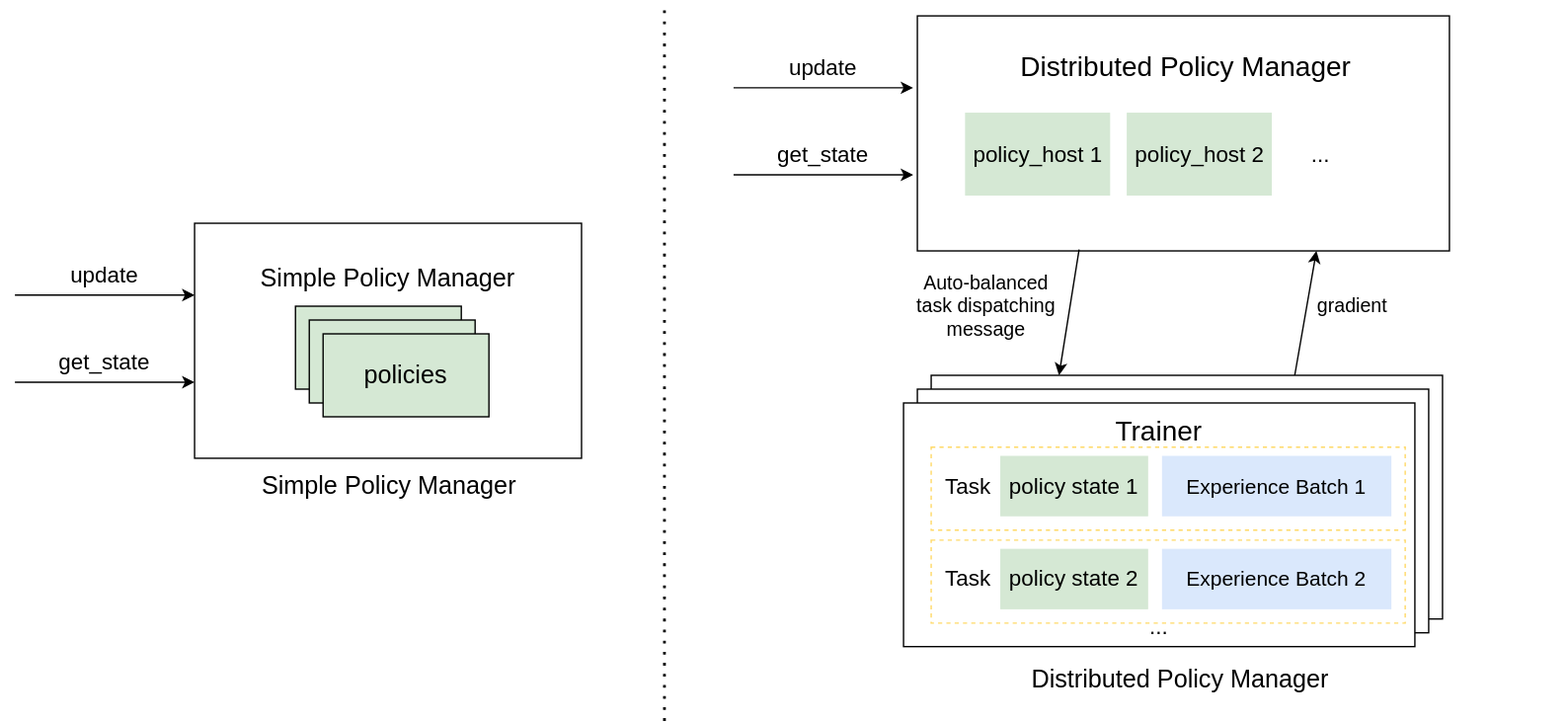
Before: docs/source/images/rl/policy_manager.svg, a diagram exported from draw.io (microsoft/maro). Source tidied: cells renumbered, new cells last; positions are measured from the earlier drawing's top-left corner, leaving out a move shared by most shapes.
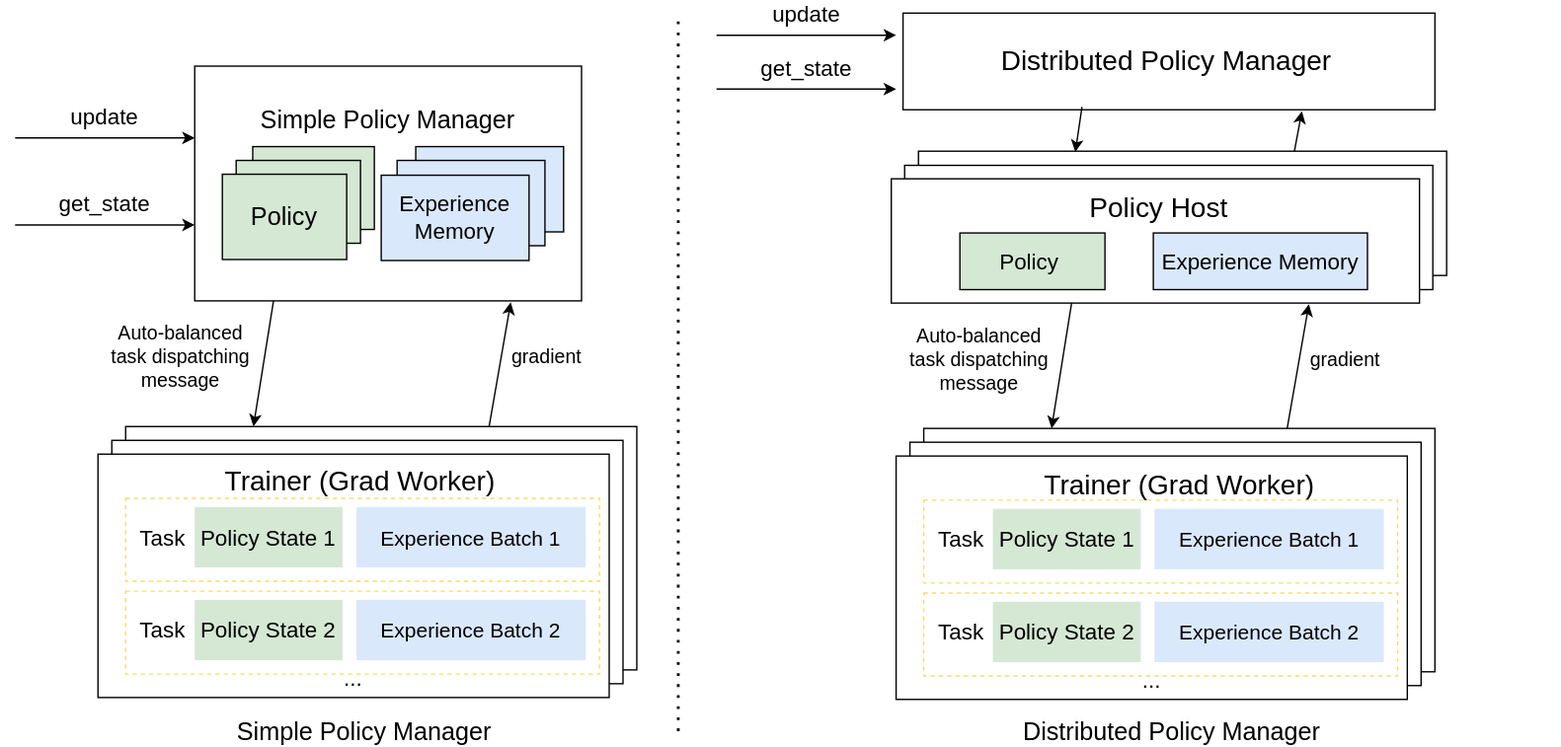
After the commit.

Change to the diagram source:
```diff
@@ -2,62 +2,71 @@
   <root>
     <mxCell id="0" />
     <mxCell id="1" parent="0" />
+    <mxCell id="40" style="rounded=0;whiteSpace=wrap;html=1;strokeColor=#000000;fontSize=15;align=center;fontStyle=1;" parent="1" vertex="1">
+      <mxGeometry x="669.2" y="69.2" width="382.3" height="90" as="geometry" />
+    </mxCell>
+    <mxCell id="41" style="rounded=0;whiteSpace=wrap;html=1;strokeColor=#000000;fontSize=15;align=center;fontStyle=1;" parent="1" vertex="1">
+      <mxGeometry x="659.2" y="79.4" width="382.3" height="90" as="geometry" />
+    </mxCell>
+    <mxCell id="42" style="rounded=0;whiteSpace=wrap;html=1;strokeColor=#000000;fontSize=15;align=center;" parent="1" vertex="1">
+      <mxGeometry x="649.5" y="89.2" width="382.3" height="90" as="geometry" />
+    </mxCell>
     <mxCell id="2" style="rounded=0;whiteSpace=wrap;html=1;fontSize=18;fillColor=none;" parent="1" vertex="1">
-      <mxGeometry x="140" y="160" width="280" height="170" as="geometry" />
+      <mxGeometry x="145.3" y="7.6" width="280" height="170" as="geometry" />
     </mxCell>
     <mxCell id="3" value="Simple Policy Manager" style="text;html=1;strokeColor=none;fillColor=none;align=center;verticalAlign=middle;whiteSpace=wrap;rounded=0;fontSize=18;" parent="1" vertex="1">
-      <mxGeometry x="180" y="180" width="200" height="40" as="geometry" />
+      <mxGeometry x="185.3" y="27.6" width="200" height="40" as="geometry" />
     </mxCell>
     <mxCell id="4" value="policies" style="rounded=0;whiteSpace=wrap;html=1;fontSize=18;fillColor=#d5e8d4;" parent="1" vertex="1">
-      <mxGeometry x="213" y="220" width="120" height="60" as="geometry" />
+      <mxGeometry x="187.3" y="65.9" width="88" height="60" as="geometry" />
     </mxCell>
     <mxCell id="5" style="endArrow=classic;html=1;fontSize=18;entryX=0;entryY=0.5;entryDx=0;entryDy=0;" parent="1" edge="1">
       <mxGeometry relative="1" as="geometry">
-        <mxPoint x="10" y="212" as="sourcePoint" />
-        <mxPoint x="140" y="212" as="targetPoint" />
+        <mxPoint x="15.3" y="59.6" as="sourcePoint" />
+        <mxPoint x="145.3" y="59.6" as="targetPoint" />
       </mxGeometry>
     </mxCell>
     <mxCell id="6" value="update" style="text;html=1;strokeColor=none;fillColor=none;align=center;verticalAlign=middle;whiteSpace=wrap;rounded=0;fontSize=16;" parent="1" vertex="1">
-      <mxGeometry y="187" width="150" height="20" as="geometry" />
+      <mxGeometry x="5.3" y="34.6" width="150" height="20" as="geometry" />
     </mxCell>
     <mxCell id="7" style="endArrow=classic;html=1;fontSize=18;entryX=0;entryY=0.5;entryDx=0;entryDy=0;" parent="1" edge="1">
       <mxGeometry relative="1" as="geometry">
-        <mxPoint x="10" y="275" as="sourcePoint" />
-        <mxPoint x="140" y="275" as="targetPoint" />
+        <mxPoint x="15.3" y="122.6" as="sourcePoint" />
+        <mxPoint x="145.3" y="122.6" as="targetPoint" />
       </mxGeometry>
     </mxCell>
     <mxCell id="8" value="get_state" style="text;html=1;strokeColor=none;fillColor=none;align=center;verticalAlign=middle;whiteSpace=wrap;rounded=0;fontSize=16;" parent="1" vertex="1">
-      <mxGeometry y="250" width="150" height="20" as="geometry" />
+      <mxGeometry x="5.3" y="97.6" width="150" height="20" as="geometry" />
     </mxCell>
     <mxCell id="9" value="Simple Policy Manager&amp;nbsp;" style="text;html=1;strokeColor=none;fillColor=none;align=center;verticalAlign=middle;whiteSpace=wrap;rounded=0;fontSize=18;" parent="1" vertex="1">
-      <mxGeometry x="180.5" y="340" width="205" height="20" as="geometry" />
+      <mxGeometry x="167.8" y="480" width="205" height="20" as="geometry" />
     </mxCell>
     <mxCell id="10" style="rounded=0;whiteSpace=wrap;html=1;fontSize=18;" parent="1" vertex="1">
-      <mxGeometry x="663" y="10" width="385" height="170" as="geometry" />
+      <mxGeometry x="658" y="-30.8" width="385" height="70" as="geometry" />
     </mxCell>
     <mxCell id="11" value="&lt;font style=&quot;font-size: 20px&quot;&gt;Distributed Policy Manager&lt;/font&gt;" style="text;html=1;strokeColor=none;fillColor=none;align=center;verticalAlign=middle;whiteSpace=wrap;rounded=0;fontSize=18;" parent="1" vertex="1">
-      <mxGeometry x="684" y="27" width="347.4" height="40" as="geometry" />
+      <mxGeometry x="675.6" y="-15.8" width="347.4" height="40" as="geometry" />
     </mxCell>
-    <mxCell id="12" value="policy_host 1" style="rounded=0;whiteSpace=wrap;html=1;fontSize=16;fillColor=#d5e8d4;strokeColor=none;" parent="1" vertex="1">
-      <mxGeometry x="697.5" y="80" width="105" height="60" as="geometry" />
+    <mxCell id="12" value="Policy&amp;nbsp;" style="rounded=0;whiteSpace=wrap;html=1;fontSize=16;fillColor=#d5e8d4;" parent="1" vertex="1">
+      <mxGeometry x="699.2" y="128.4" width="105" height="41" as="geometry" />
     </mxCell>
     <mxCell id="13" style="endArrow=classic;html=1;fontSize=18;entryX=0;entryY=0.5;entryDx=0;entryDy=0;" parent="1" edge="1">
       <mxGeometry relative="1" as="geometry">
-        <mxPoint x="530" y="62" as="sourcePoint" />
-        <mxPoint x="660" y="62" as="targetPoint" />
+        <mxPoint x="523" y="-14.8" as="sourcePoint" />
+        <mxPoint x="653" y="-14.8" as="targetPoint" />
       </mxGeometry>
     </mxCell>
     <mxCell id="14" value="update" style="text;html=1;strokeColor=none;fillColor=none;align=center;verticalAlign=middle;whiteSpace=wrap;rounded=0;fontSize=16;" parent="1" vertex="1">
-      <mxGeometry x="520" y="37" width="150" height="20" as="geometry" />
+      <mxGeometry x="513" y="-39.8" width="150" height="20" as="geometry" />
     </mxCell>
     <mxCell id="15" style="endArrow=classic;html=1;fontSize=18;entryX=0;entryY=0.5;entryDx=0;entryDy=0;" parent="1" edge="1">
       <mxGeometry relative="1" as="geometry">
-        <mxPoint x="530" y="125" as="sourcePoint" />
-        <mxPoint x="660" y="125" as="targetPoint" />
+        <mxPoint x="523" y="24.2" as="sourcePoint" />
+        <mxPoint x="653" y="24.2" as="targetPoint" />
       </mxGeometry>
     </mxCell>
     <mxCell id="16" value="get_state" style="text;html=1;strokeColor=none;fillColor=none;align=center;verticalAlign=middle;whiteSpace=wrap;rounded=0;fontSize=16;" parent="1" vertex="1">
-      <mxGeometry x="520" y="100" width="150" height="20" as="geometry" />
+      <mxGeometry x="513" y="-0.8" width="150" height="20" as="geometry" />
     </mxCell>
     <mxCell id="17" style="rounded=0;whiteSpace=wrap;html=1;strokeColor=#000000;fontSize=12;align=center;" parent="1" vertex="1">
       <mxGeometry x="673" y="270" width="370" height="176.2" as="geometry" />
@@ -68,17 +77,21 @@
     <mxCell id="19" style="rounded=0;whiteSpace=wrap;html=1;strokeColor=#000000;fontSize=15;align=center;" parent="1" vertex="1">
       <mxGeometry x="653" y="290" width="370" height="176.2" as="geometry" />
     </mxCell>
-    <mxCell id="20" value="&lt;font style=&quot;font-size: 20px&quot;&gt;Trainer&lt;/font&gt;" style="text;html=1;strokeColor=none;fillColor=none;align=center;verticalAlign=middle;whiteSpace=wrap;rounded=0;fontSize=15;" parent="1" vertex="1">
-      <mxGeometry x="748" y="300" width="180" height="20" as="geometry" />
+    <mxCell id="20" value="&lt;font style=&quot;font-size: 20px&quot;&gt;Trainer (Grad Worker)&lt;/font&gt;" style="text;html=1;strokeColor=none;fillColor=none;align=center;verticalAlign=middle;whiteSpace=wrap;rounded=0;fontSize=15;" parent="1" vertex="1">
+      <mxGeometry x="748" y="300" width="220" height="20" as="geometry" />
     </mxCell>
-    <mxCell id="21" style="endArrow=classic;html=1;fontSize=16;entryX=0.25;entryY=0;entryDx=0;entryDy=0;exitX=0.304;exitY=0.994;exitDx=0;exitDy=0;exitPerimeter=0;" parent="1" edge="1" source="10" target="17">
-      <mxGeometry relative="1" as="geometry" />
+    <mxCell id="21" style="endArrow=classic;html=1;fontSize=16;entryX=0.25;entryY=0;entryDx=0;entryDy=0;exitX=0.304;exitY=0.994;exitDx=0;exitDy=0;exitPerimeter=0;" parent="1" edge="1" target="17">
+      <mxGeometry relative="1" as="geometry">
+        <mxPoint x="780" y="179" as="sourcePoint" />
+      </mxGeometry>
     </mxCell>
     <mxCell id="22" value="Auto-balanced task dispatching message" style="text;html=1;strokeColor=none;fillColor=none;align=center;verticalAlign=middle;whiteSpace=wrap;rounded=0;fontSize=14;" parent="1" vertex="1">
       <mxGeometry x="653" y="210" width="120" height="20" as="geometry" />
     </mxCell>
-    <mxCell id="23" style="endArrow=classic;html=1;fontSize=16;entryX=0.75;entryY=1;entryDx=0;entryDy=0;exitX=0.711;exitY=0;exitDx=0;exitDy=0;exitPerimeter=0;" parent="1" edge="1" source="17" target="10">
-      <mxGeometry relative="1" as="geometry" />
+    <mxCell id="23" style="endArrow=classic;html=1;fontSize=16;entryX=0.75;entryY=1;entryDx=0;entryDy=0;exitX=0.711;exitY=0;exitDx=0;exitDy=0;exitPerimeter=0;" parent="1" edge="1" source="17">
+      <mxGeometry relative="1" as="geometry">
+        <mxPoint x="951.7" y="180" as="targetPoint" />
+      </mxGeometry>
     </mxCell>
     <mxCell id="24" value="gradient" style="text;html=1;strokeColor=none;fillColor=none;align=center;verticalAlign=middle;whiteSpace=wrap;rounded=0;fontSize=14;" parent="1" vertex="1">
       <mxGeometry x="928" y="210" width="100" height="20" as="geometry" />
@@ -86,7 +99,7 @@
     <mxCell id="25" style="rounded=0;whiteSpace=wrap;html=1;fillColor=none;dashed=1;strokeWidth=1;strokeColor=#FFD966;" parent="1" vertex="1">
       <mxGeometry x="673" y="322" width="343" height="60" as="geometry" />
     </mxCell>
-    <mxCell id="26" value="policy state 1" style="rounded=0;whiteSpace=wrap;html=1;fontSize=16;fillColor=#d5e8d4;strokeColor=none;" parent="1" vertex="1">
+    <mxCell id="26" value="Policy State 1" style="rounded=0;whiteSpace=wrap;html=1;fontSize=16;fillColor=#d5e8d4;strokeColor=none;" parent="1" vertex="1">
       <mxGeometry x="723" y="328.2" width="107" height="43.8" as="geometry" />
     </mxCell>
     <mxCell id="27" value="&lt;font style=&quot;font-size: 15px&quot;&gt;Experience Batch 1&lt;br&gt;&lt;/font&gt;" style="rounded=0;whiteSpace=wrap;html=1;fillColor=#dae8fc;dashed=1;strokeColor=none;" parent="1" vertex="1">
@@ -98,7 +111,7 @@
     <mxCell id="29" style="rounded=0;whiteSpace=wrap;html=1;fillColor=none;dashed=1;strokeWidth=1;strokeColor=#FFD966;" parent="1" vertex="1">
       <mxGeometry x="673" y="389.2" width="343" height="60" as="geometry" />
     </mxCell>
-    <mxCell id="30" value="policy state 2" style="rounded=0;whiteSpace=wrap;html=1;fontSize=16;fillColor=#d5e8d4;strokeColor=none;" parent="1" vertex="1">
+    <mxCell id="30" value="Policy State 2" style="rounded=0;whiteSpace=wrap;html=1;fontSize=16;fillColor=#d5e8d4;strokeColor=none;" parent="1" vertex="1">
       <mxGeometry x="723" y="395.5" width="107" height="43.8" as="geometry" />
     </mxCell>
     <mxCell id="31" value="&lt;font style=&quot;font-size: 15px&quot;&gt;Experience Batch 2&lt;br&gt;&lt;/font&gt;" style="rounded=0;whiteSpace=wrap;html=1;fillColor=#dae8fc;dashed=1;strokeColor=none;" parent="1" vertex="1">
@@ -114,22 +127,97 @@
       <mxGeometry x="573.6" y="480" width="558.8" height="20" as="geometry" />
     </mxCell>
     <mxCell id="35" value="policies" style="rounded=0;whiteSpace=wrap;html=1;fontSize=18;fillColor=#d5e8d4;" parent="1" vertex="1">
-      <mxGeometry x="223" y="230" width="120" height="60" as="geometry" />
+      <mxGeometry x="175.3" y="75.9" width="90" height="60" as="geometry" />
     </mxCell>
-    <mxCell id="36" value="policies" style="rounded=0;whiteSpace=wrap;html=1;fontSize=18;fillColor=#d5e8d4;" parent="1" vertex="1">
-      <mxGeometry x="233" y="240" width="120" height="60" as="geometry" />
+    <mxCell id="36" value="Policy" style="rounded=0;whiteSpace=wrap;html=1;fontSize=18;fillColor=#d5e8d4;" parent="1" vertex="1">
+      <mxGeometry x="165.3" y="85.9" width="90" height="61.8" as="geometry" />
     </mxCell>
-    <mxCell id="37" value="policy_host 2" style="rounded=0;whiteSpace=wrap;html=1;fontSize=16;fillColor=#d5e8d4;strokeColor=none;" parent="1" vertex="1">
-      <mxGeometry x="814.5" y="80" width="105" height="60" as="geometry" />
-    </mxCell>
+    <mxCell id="39" style="endArrow=none;dashed=1;html=1;dashPattern=1 3;strokeWidth=2;" parent="1" edge="1">
+      <mxGeometry relative="1" as="geometry">
+        <mxPoint x="495.3" y="489.2" as="sourcePoint" />
+        <mxPoint x="495.3" y="-30.8" as="targetPoint" />
+      </mxGeometry>
+    </mxCell>
+    <mxCell id="43" style="rounded=0;whiteSpace=wrap;html=1;strokeColor=#000000;fontSize=12;align=center;" parent="1" vertex="1">
+      <mxGeometry x="95.3" y="268.6" width="370" height="176.2" as="geometry" />
+    </mxCell>
+    <mxCell id="44" style="rounded=0;whiteSpace=wrap;html=1;strokeColor=#000000;fontSize=12;align=center;" parent="1" vertex="1">
+      <mxGeometry x="85.3" y="278.6" width="370" height="176.2" as="geometry" />
+    </mxCell>
+    <mxCell id="45" style="rounded=0;whiteSpace=wrap;html=1;strokeColor=#000000;fontSize=15;align=center;" parent="1" vertex="1">
+      <mxGeometry x="75.3" y="288.6" width="370" height="176.2" as="geometry" />
+    </mxCell>
+    <mxCell id="46" value="&lt;font style=&quot;font-size: 20px&quot;&gt;Trainer (Grad Worker)&lt;/font&gt;" style="text;html=1;strokeColor=none;fillColor=none;align=center;verticalAlign=middle;whiteSpace=wrap;rounded=0;fontSize=15;" parent="1" vertex="1">
+      <mxGeometry x="165.3" y="297.4" width="200" height="20" as="geometry" />
+    </mxCell>
+    <mxCell id="47" style="endArrow=classic;html=1;fontSize=16;entryX=0.25;entryY=0;entryDx=0;entryDy=0;exitX=0.304;exitY=0.994;exitDx=0;exitDy=0;exitPerimeter=0;" parent="1" edge="1" target="43">
+      <mxGeometry relative="1" as="geometry">
+        <mxPoint x="202.3" y="177.6" as="sourcePoint" />
+      </mxGeometry>
+    </mxCell>
+    <mxCell id="48" value="Auto-balanced task dispatching message" style="text;html=1;strokeColor=none;fillColor=none;align=center;verticalAlign=middle;whiteSpace=wrap;rounded=0;fontSize=14;" parent="1" vertex="1">
+      <mxGeometry x="75.3" y="208.6" width="120" height="20" as="geometry" />
+    </mxCell>
+    <mxCell id="49" style="endArrow=classic;html=1;fontSize=16;entryX=0.75;entryY=1;entryDx=0;entryDy=0;exitX=0.711;exitY=0;exitDx=0;exitDy=0;exitPerimeter=0;" parent="1" edge="1" source="43">
+      <mxGeometry relative="1" as="geometry">
+        <mxPoint x="374.1" y="178.6" as="targetPoint" />
+      </mxGeometry>
+    </mxCell>
+    <mxCell id="50" value="gradient" style="text;html=1;strokeColor=none;fillColor=none;align=center;verticalAlign=middle;whiteSpace=wrap;rounded=0;fontSize=14;" parent="1" vertex="1">
+      <mxGeometry x="350.3" y="208.6" width="100" height="20" as="geometry" />
+    </mxCell>
+    <mxCell id="51" style="rounded=0;whiteSpace=wrap;html=1;fillColor=none;dashed=1;strokeWidth=1;strokeColor=#FFD966;" parent="1" vertex="1">
+      <mxGeometry x="95.3" y="320.6" width="343" height="60" as="geometry" />
+    </mxCell>
+    <mxCell id="52" value="Policy State 1" style="rounded=0;whiteSpace=wrap;html=1;fontSize=16;fillColor=#d5e8d4;strokeColor=none;" parent="1" vertex="1">
+      <mxGeometry x="145.3" y="326.9" width="107" height="43.8" as="geometry" />
+    </mxCell>
+    <mxCell id="53" value="&lt;font style=&quot;font-size: 15px&quot;&gt;Experience Batch 1&lt;br&gt;&lt;/font&gt;" style="rounded=0;whiteSpace=wrap;html=1;fillColor=#dae8fc;dashed=1;strokeColor=none;" parent="1" vertex="1">
+      <mxGeometry x="262.3" y="326.9" width="166" height="43.8" as="geometry" />
+    </mxCell>
+    <mxCell id="54" value="Task" style="text;html=1;strokeColor=none;fillColor=none;align=center;verticalAlign=middle;whiteSpace=wrap;rounded=0;dashed=1;fontSize=16;" parent="1" vertex="1">
+      <mxGeometry x="102.3" y="338.8" width="40" height="20" as="geometry" />
+    </mxCell>
+    <mxCell id="55" style="rounded=0;whiteSpace=wrap;html=1;fillColor=none;dashed=1;strokeWidth=1;strokeColor=#FFD966;" parent="1" vertex="1">
+      <mxGeometry x="95.3" y="387.9" width="343" height="60" as="geometry" />
+    </mxCell>
+    <mxCell id="56" value="Policy State 2" style="rounded=0;whiteSpace=wrap;html=1;fontSize=16;fillColor=#d5e8d4;strokeColor=none;" parent="1" vertex="1">
+      <mxGeometry x="145.3" y="394.1" width="107" height="43.8" as="geometry" />
+    </mxCell>
+    <mxCell id="57" value="&lt;font style=&quot;font-size: 15px&quot;&gt;Experience Batch 2&lt;br&gt;&lt;/font&gt;" style="rounded=0;whiteSpace=wrap;html=1;fillColor=#dae8fc;dashed=1;strokeColor=none;" parent="1" vertex="1">
+      <mxGeometry x="262.3" y="394.1" width="166" height="43.8" as="geometry" />
+    </mxCell>
+    <mxCell id="58" value="Task" style="text;html=1;strokeColor=none;fillColor=none;align=center;verticalAlign=middle;whiteSpace=wrap;rounded=0;dashed=1;fontSize=16;" parent="1" vertex="1">
+      <mxGeometry x="102.3" y="406" width="40" height="20" as="geometry" />
+    </mxCell>
     <mxCell id="38" value="..." style="text;html=1;strokeColor=none;fillColor=none;align=center;verticalAlign=middle;whiteSpace=wrap;rounded=0;dashed=1;fontSize=16;" parent="1" vertex="1">
-      <mxGeometry x="935" y="100" width="40" height="20" as="geometry" />
+      <mxGeometry x="240.3" y="440.9" width="40" height="20" as="geometry" />
     </mxCell>
-    <mxCell id="39" style="endArrow=none;dashed=1;html=1;dashPattern=1 3;strokeWidth=2;" parent="1" edge="1">
-      <mxGeometry relative="1" as="geometry">
-        <mxPoint x="480" y="520" as="sourcePoint" />
-        <mxPoint x="480" as="targetPoint" />
-      </mxGeometry>
-    </mxCell>
+    <mxCell id="59" style="endArrow=classic;html=1;fontSize=16;entryX=0.75;entryY=1;entryDx=0;entryDy=0;" parent="1" edge="1">
+      <mxGeometry relative="1" as="geometry">
+        <mxPoint x="941.3" y="69.2" as="sourcePoint" />
+        <mxPoint x="946.7" y="40.2" as="targetPoint" />
+      </mxGeometry>
+    </mxCell>
+    <mxCell id="60" value="&lt;font style=&quot;font-size: 20px&quot;&gt;Policy Host&lt;/font&gt;" style="text;html=1;strokeColor=none;fillColor=none;align=center;verticalAlign=middle;whiteSpace=wrap;rounded=0;fontSize=15;" parent="1" vertex="1">
+      <mxGeometry x="753.2" y="98.9" width="180" height="20" as="geometry" />
+    </mxCell>
+    <mxCell id="61" value="Experience Memory" style="rounded=0;whiteSpace=wrap;html=1;fontSize=16;fillColor=#dae8fc;" parent="1" vertex="1">
+      <mxGeometry x="839.2" y="128.4" width="155" height="41" as="geometry" />
+    </mxCell>
+    <mxCell id="62" style="endArrow=classic;html=1;fontSize=16;entryX=0.297;entryY=0.007;entryDx=0;entryDy=0;exitX=0.304;exitY=0.994;exitDx=0;exitDy=0;exitPerimeter=0;entryPerimeter=0;" parent="1" edge="1" target="40">
+      <mxGeometry relative="1" as="geometry">
+        <mxPoint x="787.5" y="37.2" as="sourcePoint" />
+      </mxGeometry>
+    </mxCell>
+    <mxCell id="63" value="Experience Memory" style="rounded=0;whiteSpace=wrap;html=1;fontSize=16;fillColor=#dae8fc;" parent="1" vertex="1">
+      <mxGeometry x="305.3" y="65.9" width="107" height="61.8" as="geometry" />
+    </mxCell>
+    <mxCell id="64" value="Experience Memory" style="rounded=0;whiteSpace=wrap;html=1;fontSize=16;fillColor=#dae8fc;" parent="1" vertex="1">
+      <mxGeometry x="291.8" y="75.9" width="107" height="61.8" as="geometry" />
+    </mxCell>
+    <mxCell id="65" value="Experience Memory" style="rounded=0;whiteSpace=wrap;html=1;fontSize=16;fillColor=#dae8fc;" parent="1" vertex="1">
+      <mxGeometry x="280.3" y="86.6" width="107" height="61.8" as="geometry" />
+    </mxCell>
   </root>
 </mxGraphModel>
```
